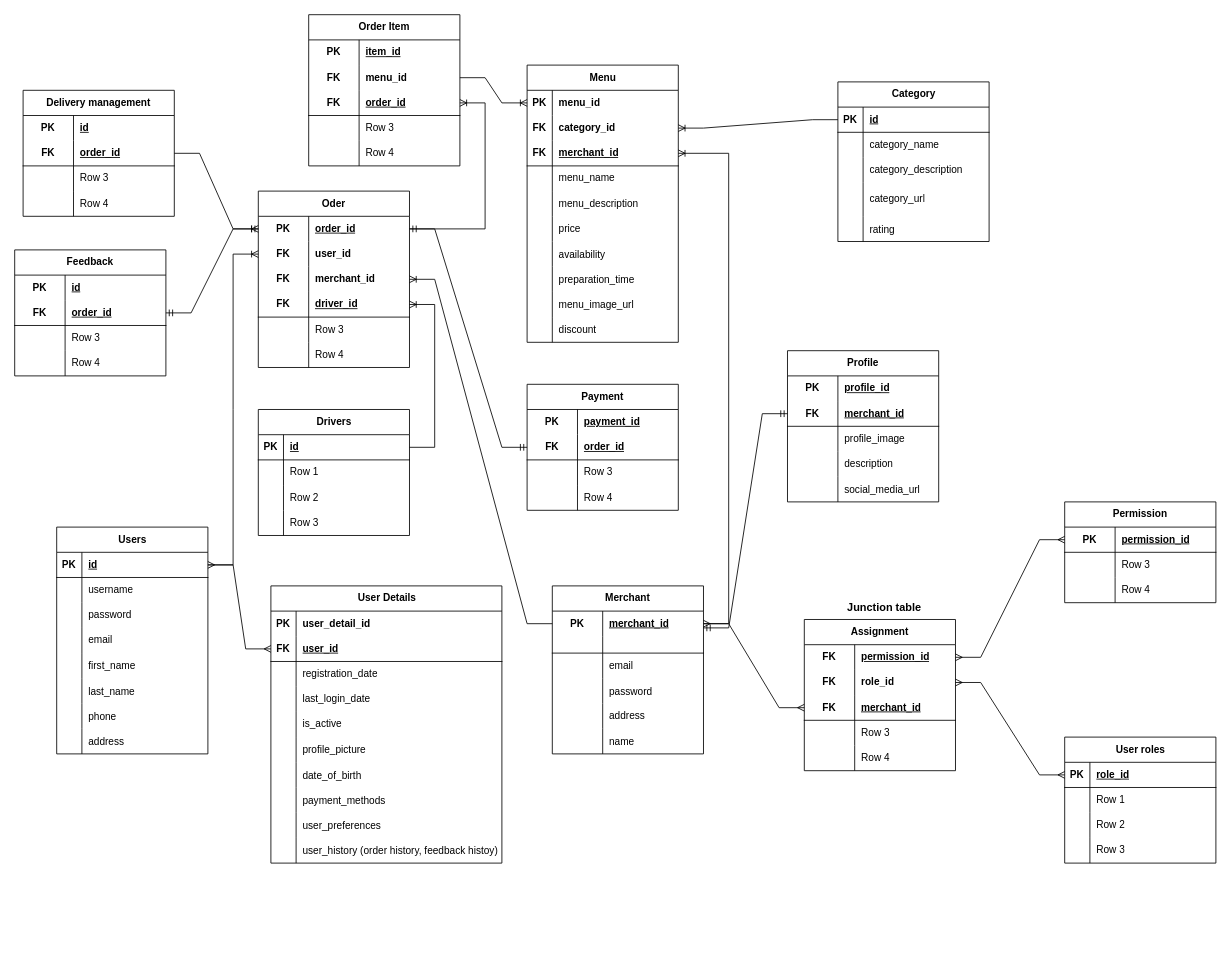
Before: server/src/diagram/Untitled Diagram.drawio in Henri280100/My-Order-App, a draw.io diagram. Source tidied: cells renumbered, new cells numbered last; positions are measured from the earlier drawing's top-left corner, leaving out a move shared by most shapes. Both pictures are drawn from the tidied source at 84%, with x=0, y=0 at pixel (14, -3).
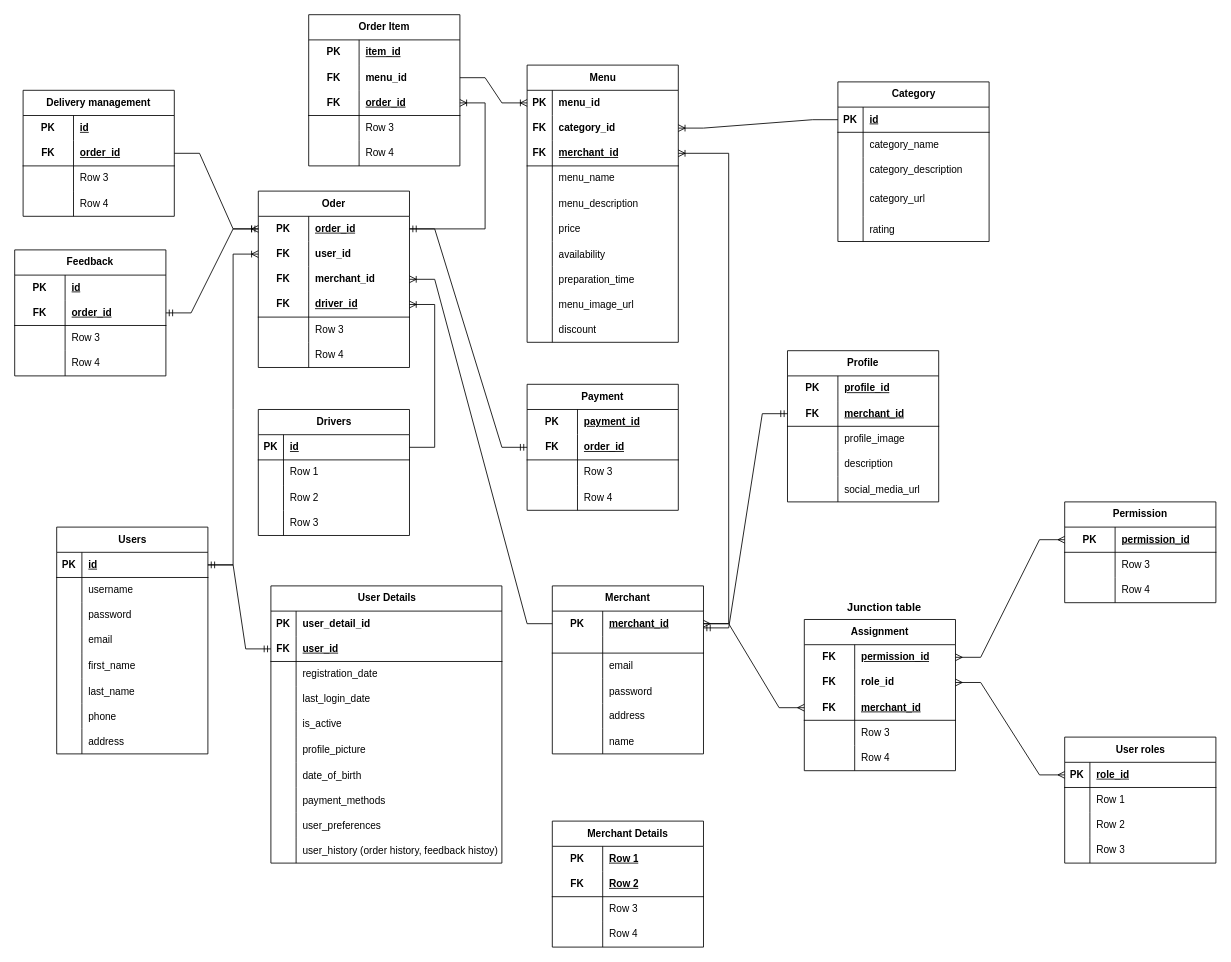
Above is the later version.

The change refers to these unchanged cells:
```xml
<mxCell id="126" style="shape=tableRow;horizontal=0;startSize=0;swimlaneHead=0;swimlaneBody=0;fillColor=none;points=[[0,0.5],[1,0.5]];portConstraint=eastwest;top=0;left=0;right=0;bottom=1;" parent="125" vertex="1">
  <mxGeometry y="30" width="180" height="30" as="geometry" />
</mxCell>
<mxCell id="254" style="shape=tableRow;horizontal=0;startSize=0;swimlaneHead=0;swimlaneBody=0;fillColor=none;points=[[0,0.5],[1,0.5]];portConstraint=eastwest;top=0;left=0;right=0;bottom=1;" parent="250" vertex="1">
  <mxGeometry y="60" width="275" height="30" as="geometry" />
</mxCell>
```

The edit, as a diff of the source:
```diff
@@
-    <mxCell id="281" style="edgeStyle=entityRelationEdgeStyle;fontSize=12;html=1;endArrow=ERmany;startArrow=ERmany;rounded=0;exitX=0;exitY=0.5;exitDx=0;exitDy=0;" parent="1" edge="1" source="254" target="126">
-      <mxGeometry relative="1" as="geometry" />
-    </mxCell>
+    <mxCell id="282" style="edgeStyle=entityRelationEdgeStyle;fontSize=12;html=1;endArrow=ERmandOne;startArrow=ERmandOne;rounded=0;entryX=0;entryY=0.5;entryDx=0;entryDy=0;exitX=1;exitY=0.5;exitDx=0;exitDy=0;" parent="1" edge="1" source="126" target="254">
+      <mxGeometry relative="1" as="geometry" />
+    </mxCell>
+    <mxCell id="283" value="Merchant Details" style="shape=table;startSize=30;childLayout=tableLayout;rowLines=0;fontStyle=1;align=center;html=1;whiteSpace=wrap;" parent="1" vertex="1">
+      <mxGeometry x="640" y="980" width="180" height="150" as="geometry" />
+    </mxCell>
+    <mxCell id="284" style="shape=tableRow;horizontal=0;startSize=0;swimlaneHead=0;swimlaneBody=0;fillColor=none;top=0;left=0;right=0;bottom=0;html=1;" parent="283" vertex="1">
+      <mxGeometry y="30" width="180" height="30" as="geometry" />
+    </mxCell>
+    <mxCell id="285" value="PK" style="shape=partialRectangle;fillColor=none;top=0;left=0;bottom=0;right=0;fontStyle=1;overflow=hidden;html=1;whiteSpace=wrap;" parent="284" vertex="1">
+      <mxGeometry width="60" height="30" as="geometry" />
+    </mxCell>
+    <mxCell id="286" value="Row 1" style="shape=partialRectangle;fillColor=none;top=0;left=0;bottom=0;right=0;align=left;spacingLeft=6;fontStyle=5;overflow=hidden;html=1;whiteSpace=wrap;" parent="284" vertex="1">
+      <mxGeometry x="60" width="120" height="30" as="geometry" />
+    </mxCell>
+    <mxCell id="287" style="shape=tableRow;horizontal=0;startSize=0;swimlaneHead=0;swimlaneBody=0;fillColor=none;top=0;left=0;right=0;bottom=1;html=1;" parent="283" vertex="1">
+      <mxGeometry y="60" width="180" height="30" as="geometry" />
+    </mxCell>
+    <mxCell id="288" value="FK" style="shape=partialRectangle;fillColor=none;top=0;left=0;bottom=0;right=0;fontStyle=1;overflow=hidden;html=1;whiteSpace=wrap;" parent="287" vertex="1">
+      <mxGeometry width="60" height="30" as="geometry" />
+    </mxCell>
+    <mxCell id="289" value="Row 2" style="shape=partialRectangle;fillColor=none;top=0;left=0;bottom=0;right=0;align=left;spacingLeft=6;fontStyle=5;overflow=hidden;html=1;whiteSpace=wrap;" parent="287" vertex="1">
+      <mxGeometry x="60" width="120" height="30" as="geometry" />
+    </mxCell>
+    <mxCell id="290" style="shape=tableRow;horizontal=0;startSize=0;swimlaneHead=0;swimlaneBody=0;fillColor=none;top=0;left=0;right=0;bottom=0;html=1;" parent="283" vertex="1">
+      <mxGeometry y="90" width="180" height="30" as="geometry" />
+    </mxCell>
+    <mxCell id="291" style="shape=partialRectangle;fillColor=none;top=0;left=0;bottom=0;right=0;overflow=hidden;html=1;whiteSpace=wrap;" parent="290" vertex="1">
+      <mxGeometry width="60" height="30" as="geometry" />
+    </mxCell>
+    <mxCell id="292" value="Row 3" style="shape=partialRectangle;fillColor=none;top=0;left=0;bottom=0;right=0;align=left;spacingLeft=6;overflow=hidden;html=1;whiteSpace=wrap;" parent="290" vertex="1">
+      <mxGeometry x="60" width="120" height="30" as="geometry" />
+    </mxCell>
+    <mxCell id="293" style="shape=tableRow;horizontal=0;startSize=0;swimlaneHead=0;swimlaneBody=0;fillColor=none;top=0;left=0;right=0;bottom=0;html=1;" parent="283" vertex="1">
+      <mxGeometry y="120" width="180" height="30" as="geometry" />
+    </mxCell>
+    <mxCell id="294" style="shape=partialRectangle;fillColor=none;top=0;left=0;bottom=0;right=0;overflow=hidden;html=1;whiteSpace=wrap;" parent="293" vertex="1">
+      <mxGeometry width="60" height="30" as="geometry" />
+    </mxCell>
+    <mxCell id="295" value="Row 4" style="shape=partialRectangle;fillColor=none;top=0;left=0;bottom=0;right=0;align=left;spacingLeft=6;overflow=hidden;html=1;whiteSpace=wrap;" parent="293" vertex="1">
+      <mxGeometry x="60" width="120" height="30" as="geometry" />
+    </mxCell>
```
